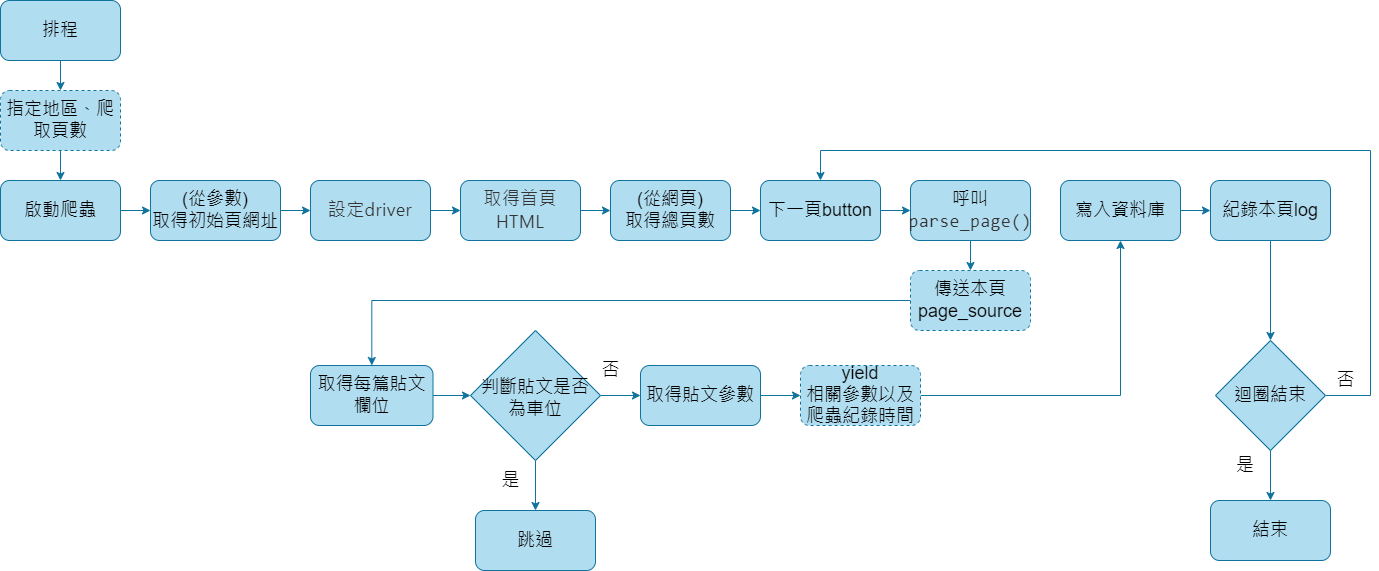
Earlier version of the draw.io export image/爬蟲流程圖.png (wosamar/web-crawler). Source tidied: cells renumbered, new cells last; positions are measured from the earlier drawing's top-left corner, leaving out a move shared by most shapes.
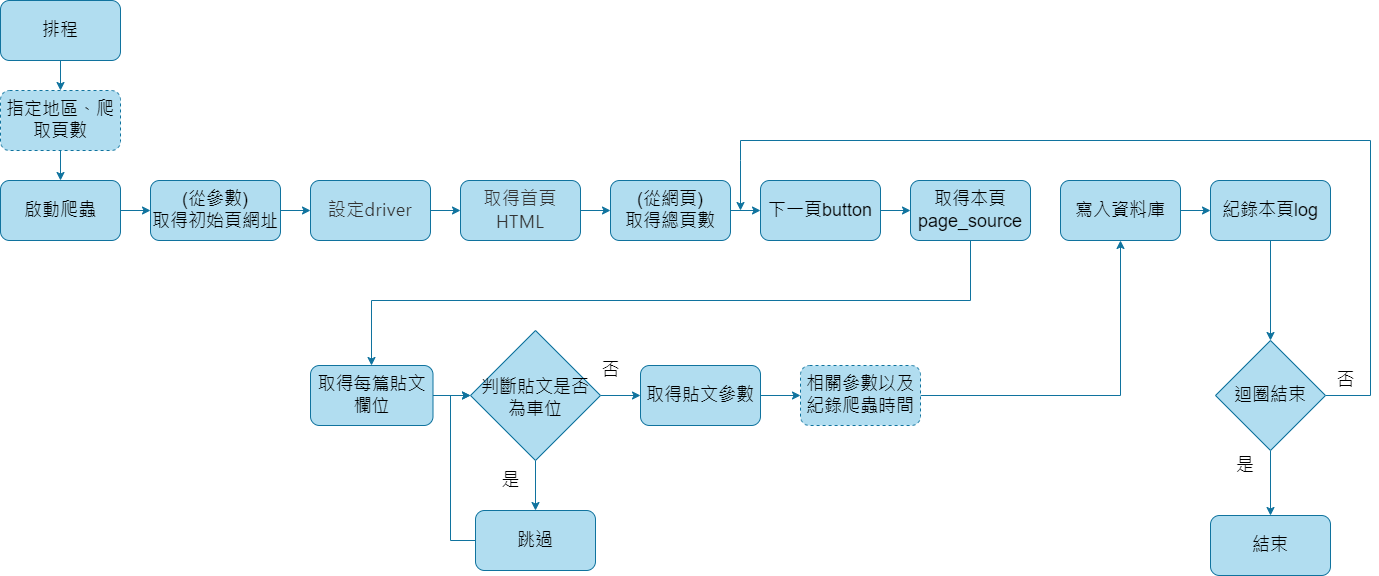
After the change.

What changed in the source:
```diff
@@ -26,7 +26,7 @@
     <mxCell id="9" value="&lt;span style=&quot;color: rgb(51, 51, 51); font-family: -apple-system, BlinkMacSystemFont, &amp;quot;Segoe UI&amp;quot;, &amp;quot;Helvetica Neue&amp;quot;, Helvetica, Roboto, Arial, &amp;quot;PingFang TC&amp;quot;, &amp;quot;Microsoft JhengHei&amp;quot;, 微軟正黑, sans-serif, &amp;quot;Apple Color Emoji&amp;quot;, &amp;quot;Segoe UI Emoji&amp;quot;, &amp;quot;Segoe UI Symbol&amp;quot;; font-size: 18px; letter-spacing: 0.35px; text-align: left;&quot;&gt;取得首頁HTML&lt;/span&gt;" style="rounded=1;whiteSpace=wrap;html=1;fontSize=18;labelBorderColor=none;fillColor=#b1ddf0;strokeColor=#10739e;labelBackgroundColor=none;" parent="1" vertex="1">
       <mxGeometry x="460" y="180" width="120" height="60" as="geometry" />
     </mxCell>
-    <mxCell id="10" style="edgeStyle=orthogonalEdgeStyle;rounded=0;jettySize=auto;html=1;fontSize=18;labelBorderColor=none;fillColor=#b1ddf0;strokeColor=#10739e;labelBackgroundColor=none;" parent="1" edge="1" source="11" target="15">
+    <mxCell id="10" style="edgeStyle=orthogonalEdgeStyle;rounded=0;jettySize=auto;html=1;fontSize=18;labelBorderColor=none;fillColor=#b1ddf0;strokeColor=#10739e;labelBackgroundColor=none;entryX=0;entryY=0.5;entryDx=0;entryDy=0;" parent="1" edge="1" source="11" target="15">
       <mxGeometry relative="1" as="geometry" />
     </mxCell>
     <mxCell id="11" value="(從網頁)&lt;br style=&quot;font-size: 18px;&quot;&gt;取得總頁數" style="rounded=1;whiteSpace=wrap;html=1;fontSize=18;labelBorderColor=none;fillColor=#b1ddf0;strokeColor=#10739e;labelBackgroundColor=none;" parent="1" vertex="1">
@@ -38,16 +38,18 @@
     <mxCell id="13" value="啟動爬蟲" style="rounded=1;whiteSpace=wrap;html=1;fontSize=18;labelBorderColor=none;fillColor=#b1ddf0;strokeColor=#10739e;labelBackgroundColor=none;" parent="1" vertex="1">
       <mxGeometry y="180" width="120" height="60" as="geometry" />
     </mxCell>
-    <mxCell id="14" style="edgeStyle=orthogonalEdgeStyle;rounded=0;jettySize=auto;html=1;fontSize=18;labelBorderColor=none;fillColor=#b1ddf0;strokeColor=#10739e;labelBackgroundColor=none;" parent="1" edge="1" source="15" target="17">
-      <mxGeometry relative="1" as="geometry" />
+    <mxCell id="14" style="edgeStyle=orthogonalEdgeStyle;rounded=0;jettySize=auto;html=1;fontSize=18;labelBorderColor=none;fillColor=#b1ddf0;strokeColor=#10739e;labelBackgroundColor=none;entryX=0;entryY=0.5;entryDx=0;entryDy=0;exitX=1;exitY=0.5;exitDx=0;exitDy=0;" parent="1" edge="1" source="15" target="17">
+      <mxGeometry relative="1" as="geometry">
+        <Array as="points">
+          <mxPoint x="910" y="210" />
+          <mxPoint x="910" y="210" />
+        </Array>
+      </mxGeometry>
     </mxCell>
     <mxCell id="15" value="下一頁button" style="rounded=1;whiteSpace=wrap;html=1;fontSize=18;labelBorderColor=none;fillColor=#b1ddf0;strokeColor=#10739e;labelBackgroundColor=none;" parent="1" vertex="1">
       <mxGeometry x="760" y="180" width="120" height="60" as="geometry" />
     </mxCell>
-    <mxCell id="16" style="edgeStyle=orthogonalEdgeStyle;rounded=0;jettySize=auto;html=1;fontSize=18;labelBorderColor=none;fillColor=#b1ddf0;strokeColor=#10739e;labelBackgroundColor=none;" parent="1" edge="1" source="17" target="21">
-      <mxGeometry relative="1" as="geometry" />
-    </mxCell>
-    <mxCell id="17" value="呼叫&lt;span style=&quot;color: rgb(51, 51, 51); font-family: Menlo, Monaco, Consolas, &amp;quot;Courier New&amp;quot;, monospace; font-size: 18px; letter-spacing: 0.35px; text-align: left;&quot;&gt;parse_page()&lt;/span&gt;" style="rounded=1;whiteSpace=wrap;html=1;fontSize=18;labelBorderColor=none;fillColor=#b1ddf0;strokeColor=#10739e;labelBackgroundColor=none;" parent="1" vertex="1">
+    <mxCell id="17" value="取得本頁&lt;br&gt;page_source" style="rounded=1;whiteSpace=wrap;html=1;fontSize=18;labelBorderColor=none;fillColor=#b1ddf0;strokeColor=#10739e;labelBackgroundColor=none;" parent="1" vertex="1">
       <mxGeometry x="910" y="180" width="120" height="60" as="geometry" />
     </mxCell>
     <mxCell id="18" style="edgeStyle=orthogonalEdgeStyle;rounded=0;jettySize=auto;html=1;fontSize=18;labelBorderColor=none;fillColor=#b1ddf0;strokeColor=#10739e;labelBackgroundColor=none;" parent="1" edge="1" source="19" target="26">
@@ -56,12 +58,14 @@
     <mxCell id="19" value="取得每篇貼文欄位" style="rounded=1;whiteSpace=wrap;html=1;fontSize=18;labelBorderColor=none;fillColor=#b1ddf0;strokeColor=#10739e;labelBackgroundColor=none;" parent="1" vertex="1">
       <mxGeometry x="310" y="365" width="122.5" height="60" as="geometry" />
     </mxCell>
-    <mxCell id="20" style="edgeStyle=orthogonalEdgeStyle;rounded=0;jettySize=auto;html=1;fontSize=18;labelBorderColor=none;fillColor=#b1ddf0;strokeColor=#10739e;labelBackgroundColor=none;" parent="1" edge="1" source="21" target="19">
-      <mxGeometry relative="1" as="geometry" />
+    <mxCell id="20" style="edgeStyle=orthogonalEdgeStyle;rounded=0;jettySize=auto;html=1;fontSize=18;labelBorderColor=none;fillColor=#b1ddf0;strokeColor=#10739e;labelBackgroundColor=none;exitX=0.5;exitY=1;exitDx=0;exitDy=0;" parent="1" edge="1" source="17" target="19">
+      <mxGeometry relative="1" as="geometry">
+        <Array as="points">
+          <mxPoint x="970" y="300" />
+          <mxPoint x="371" y="300" />
+        </Array>
+      </mxGeometry>
     </mxCell>
-    <mxCell id="21" value="傳送本頁 page_source" style="rounded=1;whiteSpace=wrap;html=1;fontSize=18;dashed=1;labelBorderColor=none;fillColor=#b1ddf0;strokeColor=#10739e;labelBackgroundColor=none;" parent="1" vertex="1">
-      <mxGeometry x="910" y="270" width="120" height="60" as="geometry" />
-    </mxCell>
     <mxCell id="22" style="edgeStyle=orthogonalEdgeStyle;rounded=0;jettySize=auto;html=1;entryX=0.5;entryY=0;entryDx=0;entryDy=0;fontSize=18;labelBorderColor=none;fillColor=#b1ddf0;strokeColor=#10739e;labelBackgroundColor=none;" parent="1" edge="1" source="23" target="13">
       <mxGeometry relative="1" as="geometry" />
     </mxCell>
@@ -77,10 +81,18 @@
     <mxCell id="26" value="判斷貼文是否為車位" style="rhombus;whiteSpace=wrap;html=1;fontSize=18;labelBorderColor=none;fillColor=#b1ddf0;strokeColor=#10739e;labelBackgroundColor=none;fillStyle=auto;verticalAlign=middle;spacingTop=6;spacing=8;" parent="1" vertex="1">
       <mxGeometry x="470" y="330" width="130" height="130" as="geometry" />
     </mxCell>
+    <mxCell id="44" style="edgeStyle=orthogonalEdgeStyle;rounded=0;jettySize=auto;html=1;entryX=0;entryY=0.5;entryDx=0;entryDy=0;labelBackgroundColor=none;fontSize=18;strokeColor=#10739e;labelBorderColor=none;fillColor=#b1ddf0;" parent="1" edge="1" source="27" target="26">
+      <mxGeometry relative="1" as="geometry">
+        <Array as="points">
+          <mxPoint x="450" y="540" />
+          <mxPoint x="450" y="395" />
+        </Array>
+      </mxGeometry>
+    </mxCell>
     <mxCell id="27" value="跳過" style="rounded=1;whiteSpace=wrap;html=1;fontSize=18;labelBorderColor=none;fillColor=#b1ddf0;strokeColor=#10739e;labelBackgroundColor=none;" parent="1" vertex="1">
       <mxGeometry x="475" y="510" width="120" height="60" as="geometry" />
     </mxCell>
-    <mxCell id="28" style="edgeStyle=orthogonalEdgeStyle;rounded=0;jettySize=auto;html=1;entryX=0;entryY=0.5;entryDx=0;entryDy=0;fontSize=18;labelBorderColor=none;fillColor=#b1ddf0;strokeColor=#10739e;labelBackgroundColor=none;" parent="1" edge="1" source="29" target="31">
+    <mxCell id="28" style="edgeStyle=orthogonalEdgeStyle;rounded=0;jettySize=auto;html=1;entryX=0;entryY=0.5;entryDx=0;entryDy=0;fontSize=18;labelBorderColor=none;fillColor=#b1ddf0;strokeColor=#10739e;labelBackgroundColor=none;exitX=1;exitY=0.5;exitDx=0;exitDy=0;" parent="1" edge="1" source="29" target="31">
       <mxGeometry relative="1" as="geometry" />
     </mxCell>
     <mxCell id="29" value="取得貼文參數" style="rounded=1;whiteSpace=wrap;html=1;fontSize=18;labelBorderColor=none;fillColor=#b1ddf0;strokeColor=#10739e;labelBackgroundColor=none;" parent="1" vertex="1">
@@ -89,7 +101,7 @@
     <mxCell id="30" style="edgeStyle=orthogonalEdgeStyle;rounded=0;jettySize=auto;html=1;fontSize=18;labelBorderColor=none;fillColor=#b1ddf0;strokeColor=#10739e;labelBackgroundColor=none;" parent="1" edge="1" source="31" target="33">
       <mxGeometry relative="1" as="geometry" />
     </mxCell>
-    <mxCell id="31" value="yield&lt;br&gt;相關參數以及爬蟲紀錄時間" style="rounded=1;whiteSpace=wrap;html=1;fontSize=18;dashed=1;labelBorderColor=none;fillColor=#b1ddf0;strokeColor=#10739e;labelBackgroundColor=none;" parent="1" vertex="1">
+    <mxCell id="31" value="相關參數以及紀錄爬蟲時間" style="rounded=1;whiteSpace=wrap;html=1;fontSize=18;dashed=1;labelBorderColor=none;fillColor=#b1ddf0;strokeColor=#10739e;labelBackgroundColor=none;" parent="1" vertex="1">
       <mxGeometry x="800" y="365" width="120" height="60" as="geometry" />
     </mxCell>
     <mxCell id="32" style="edgeStyle=orthogonalEdgeStyle;rounded=0;jettySize=auto;html=1;fontSize=18;labelBorderColor=none;fillColor=#b1ddf0;strokeColor=#10739e;labelBackgroundColor=none;" parent="1" edge="1" source="33" target="35">
@@ -107,12 +119,14 @@
     <mxCell id="36" style="edgeStyle=orthogonalEdgeStyle;rounded=0;jettySize=auto;html=1;entryX=0.5;entryY=0;entryDx=0;entryDy=0;fontSize=18;labelBorderColor=none;fillColor=#b1ddf0;strokeColor=#10739e;labelBackgroundColor=none;" parent="1" edge="1" source="38" target="39">
       <mxGeometry relative="1" as="geometry" />
     </mxCell>
-    <mxCell id="37" style="edgeStyle=orthogonalEdgeStyle;rounded=0;jettySize=auto;html=1;fontSize=18;entryX=0.5;entryY=0;entryDx=0;entryDy=0;labelBorderColor=none;fillColor=#b1ddf0;strokeColor=#10739e;labelBackgroundColor=none;" parent="1" edge="1" source="38" target="15">
+    <mxCell id="37" style="edgeStyle=orthogonalEdgeStyle;rounded=0;jettySize=auto;html=1;fontSize=18;labelBorderColor=none;fillColor=#b1ddf0;strokeColor=#10739e;labelBackgroundColor=none;" parent="1" edge="1" source="38">
       <mxGeometry relative="1" as="geometry">
+        <mxPoint x="740" y="210" as="targetPoint" />
         <Array as="points">
           <mxPoint x="1370" y="395" />
-          <mxPoint x="1370" y="150" />
-          <mxPoint x="820" y="150" />
+          <mxPoint x="1370" y="140" />
+          <mxPoint x="740" y="140" />
+          <mxPoint x="740" y="160" />
         </Array>
       </mxGeometry>
     </mxCell>
@@ -120,7 +134,7 @@
       <mxGeometry x="1215" y="340" width="110" height="110" as="geometry" />
     </mxCell>
     <mxCell id="39" value="結束" style="rounded=1;whiteSpace=wrap;html=1;fontSize=18;labelBorderColor=none;fillColor=#b1ddf0;strokeColor=#10739e;labelBackgroundColor=none;" parent="1" vertex="1">
-      <mxGeometry x="1210" y="500" width="120" height="60" as="geometry" />
+      <mxGeometry x="1210" y="515" width="120" height="60" as="geometry" />
     </mxCell>
     <mxCell id="40" value="是" style="text;html=1;align=center;verticalAlign=middle;fillColor=none;fontSize=18;labelBorderColor=none;labelBackgroundColor=none;" parent="1" vertex="1">
       <mxGeometry x="490" y="460" width="40" height="40" as="geometry" />
```
